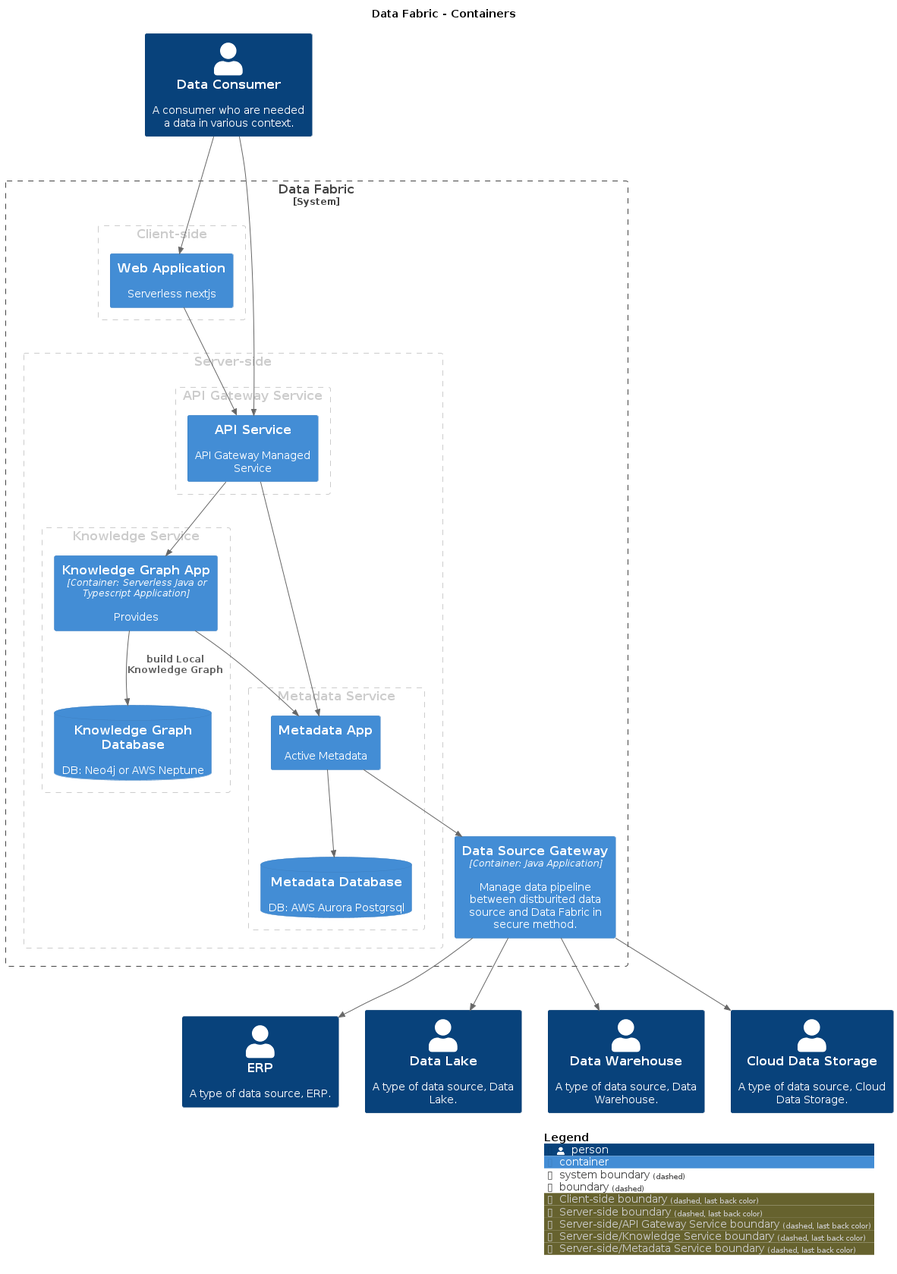
Before: master/png/Containers.png, a diagram exported from PlantUML (IntellectusCorp/data-fabric-docs).
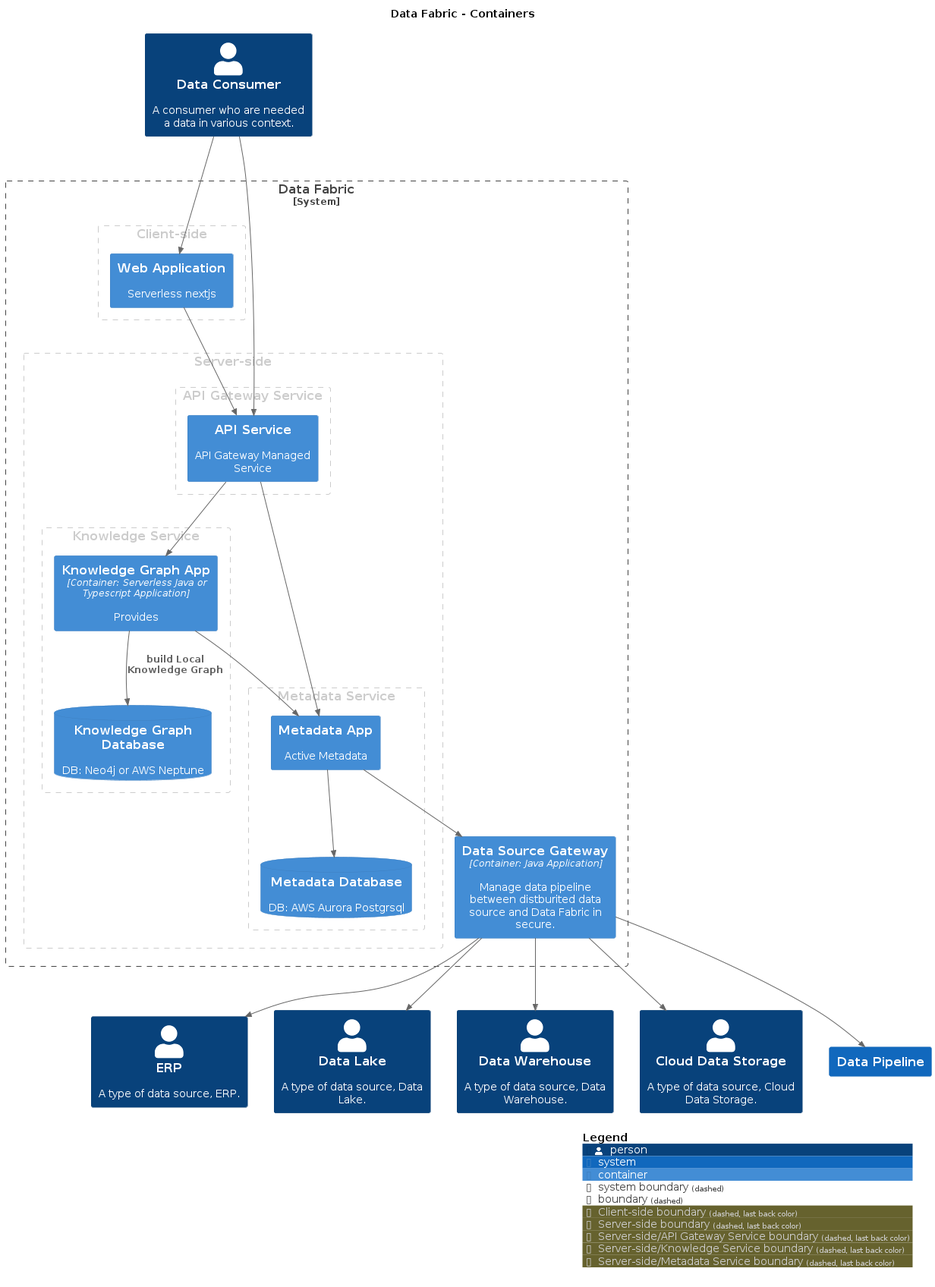
Later version of the same file.

What changed in the source:
```diff
@@ -13,6 +13,7 @@
 Person(DataLake, "Data Lake", $descr="A type of data source, Data Lake.", $tags="", $link="")
 Person(DataWarehouse, "Data Warehouse", $descr="A type of data source, Data Warehouse.", $tags="", $link="")
 Person(CloudDataStorage, "Cloud Data Storage", $descr="A type of data source, Cloud Data Storage.", $tags="", $link="")
+System(DataPipeline, "Data Pipeline", $descr="", $tags="", $link="")
 
 System_Boundary("DataFabric_boundary", "Data Fabric", $tags="") {
   AddBoundaryTag("Client-side", $borderColor="#cccccc", $fontColor="#cccccc")
@@ -29,8 +30,8 @@
 
       AddBoundaryTag("Server-side/Knowledge Service", $borderColor="#cccccc", $fontColor="#cccccc")
       Boundary(group_4, "Knowledge Service", $tags="Server-side/Knowledge Service") {
+        Container(DataFabric.KnowledgeGraphApp, "Knowledge Graph App", $techn="Container: Serverless Java or Typescript Application", $descr="Provides", $tags="", $link="")
         ContainerDb(DataFabric.KnowledgeGraphDatabase, "Knowledge Graph Database", $techn="", $descr="DB: Neo4j or AWS Neptune", $tags="", $link="")
-        Container(DataFabric.KnowledgeGraphApp, "Knowledge Graph App", $techn="Container: Serverless Java or Typescript Application", $descr="Provides", $tags="", $link="")
       }
 
       AddBoundaryTag("Server-side/Metadata Service", $borderColor="#cccccc", $fontColor="#cccccc")
@@ -41,9 +42,10 @@
 
   }
 
-  Container(DataFabric.DataSourceGateway, "Data Source Gateway", $techn="Container: Java Application", $descr="Manage data pipeline between distburited data source and Data Fabric in secure method.", $tags="", $link="")
+  Container(DataFabric.DataSourceGateway, "Data Source Gateway", $techn="Container: Java Application", $descr="Manage data pipeline between distburited data source and Data Fabric in secure.", $tags="", $link="")
 }
 
+Rel_D(DataFabric.DataSourceGateway, DataPipeline, "", $techn="", $tags="", $link="")
 Rel_D(DataConsumer, DataFabric.APIService, "", $techn="", $tags="", $link="")
 Rel_D(DataConsumer, DataFabric.WebApplication, "", $techn="", $tags="", $link="")
 Rel_D(DataFabric.KnowledgeGraphApp, DataFabric.KnowledgeGraphDatabase, "build Local Knowledge Graph", $techn="", $tags="", $link="")
```
